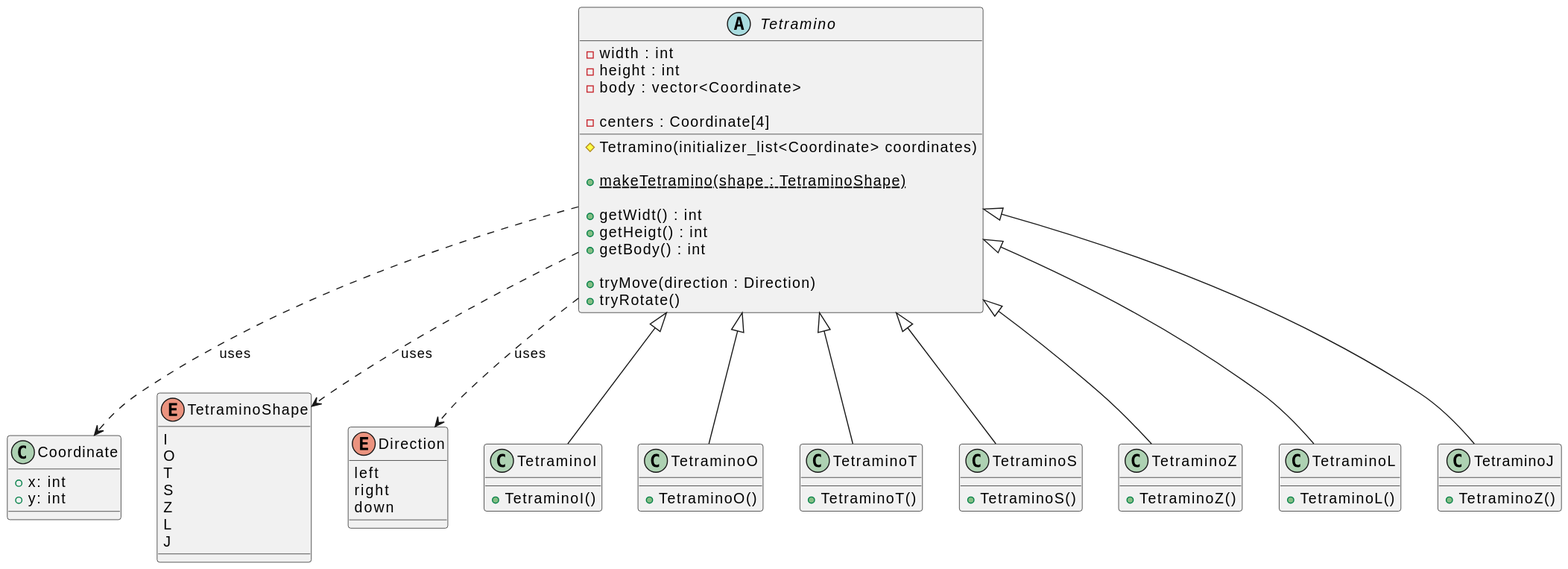
Earlier version of the PlantUML export SRD-DOC/uml/class/game/Game.svg (ulb-info2-group5/Royal-Blocks). The source it was exported from:
```plantuml
@startuml
class Coordinate {
    + x: int
    + y: int
}

enum TetraminoShape {
    I
    O
    T
    S
    Z
    L
    J
}

enum Direction {
    left
    right
    down
}

abstract class Tetramino {
    - width : int
    - height : int
    - body : vector<Coordinate>

    - centers : Coordinate[4]

    # Tetramino(initializer_list<Coordinate> coordinates)

    + {static} makeTetramino(shape : TetraminoShape)

    + getWidt() : int
    + getHeigt() : int
    + getBody() : int

    + tryMove(direction : Direction)
    + tryRotate()
}

class TetraminoI extends Tetramino {
    +TetraminoI()
}

class TetraminoO extends Tetramino {
    +TetraminoO()
}

class TetraminoT extends Tetramino {
    +TetraminoT()
}

class TetraminoS extends Tetramino {
    +TetraminoS()
}

class TetraminoZ extends Tetramino {
    +TetraminoZ()
}

class TetraminoL extends Tetramino {
    +TetraminoL()
}

class TetraminoJ extends Tetramino {
    +TetraminoZ()
}

Tetramino .-> Coordinate : uses
Tetramino .-> TetraminoShape : uses
Tetramino .-> Direction : uses

@enduml
```
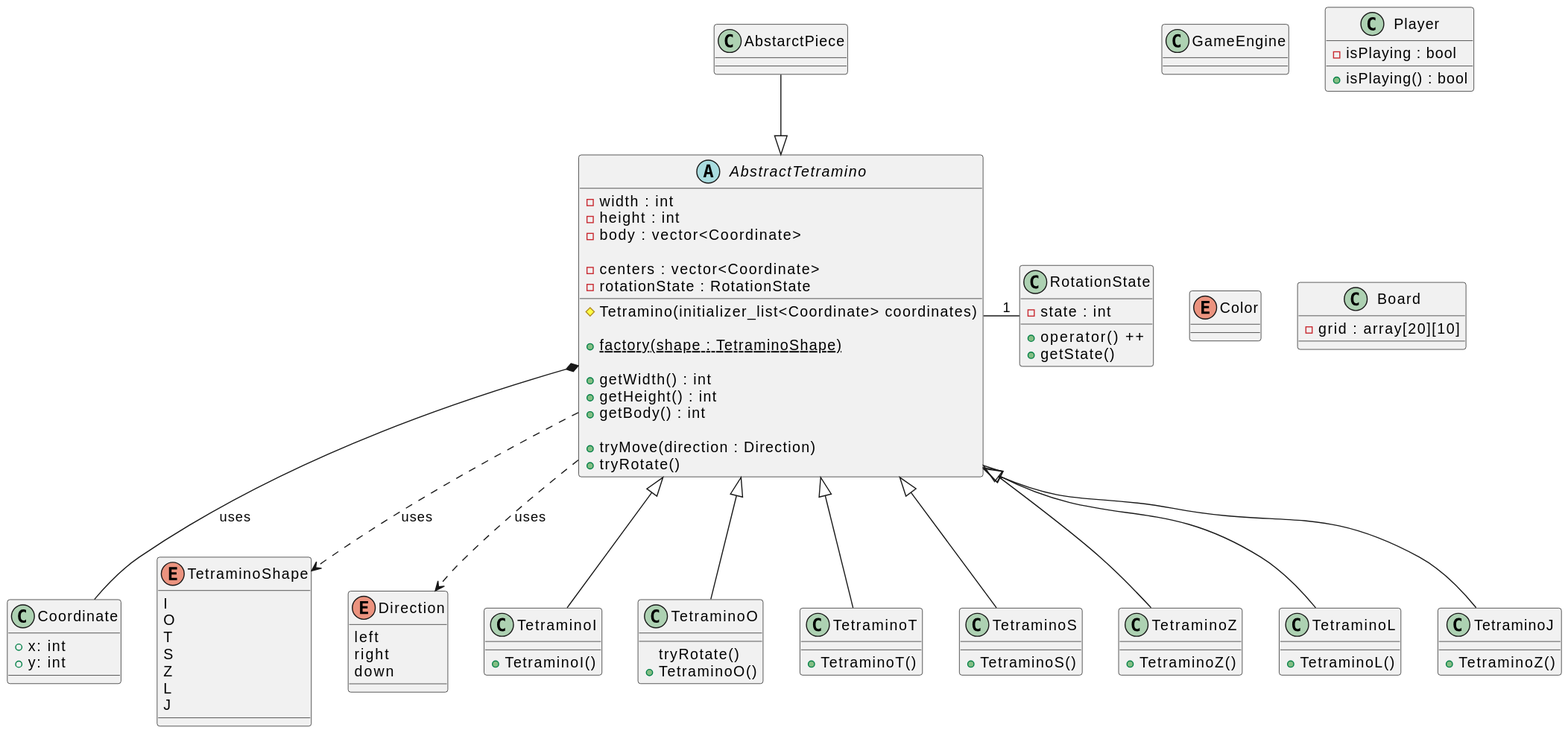
The same file after the commit.

Commit message:
updated image for game diagram

Change to the diagram source:
```diff
@@ -1,4 +1,37 @@
 @startuml
+class GameEngine{
+
+}
+
+class Player {
+    -isPlaying : bool
+    +isPlaying() : bool
+
+}
+
+
+abstract class AbstractTetramino {
+    - width : int
+    - height : int
+    - body : vector<Coordinate>
+
+    - centers : vector<Coordinate>
+    - rotationState : RotationState
+
+    # Tetramino(initializer_list<Coordinate> coordinates)
+
+    + {static} factory(shape : TetraminoShape)
+
+    + getWidth() : int
+    + getHeight() : int
+    + getBody() : int
+
+    + tryMove(direction : Direction)
+    + tryRotate()
+}
+
+
+
 class Coordinate {
     + x: int
     + y: int
@@ -20,55 +53,61 @@
     down
 }
 
-abstract class Tetramino {
-    - width : int
-    - height : int
-    - body : vector<Coordinate>
 
-    - centers : Coordinate[4]
 
-    # Tetramino(initializer_list<Coordinate> coordinates)
+class RotationState{
+    - state : int
+    + operator() ++
+    + getState()
 
-    + {static} makeTetramino(shape : TetraminoShape)
-
-    + getWidt() : int
-    + getHeigt() : int
-    + getBody() : int
-
-    + tryMove(direction : Direction)
-    + tryRotate()
 }
 
-class TetraminoI extends Tetramino {
+enum Color {
+
+}
+
+class Board {
+    -grid : array[20][10]
+}
+
+
+
+class TetraminoI extends AbstractTetramino {
     +TetraminoI()
 }
 
-class TetraminoO extends Tetramino {
+class TetraminoO extends AbstractTetramino {
+    tryRotate()
     +TetraminoO()
+
 }
 
-class TetraminoT extends Tetramino {
+class TetraminoT extends AbstractTetramino {
     +TetraminoT()
 }
 
-class TetraminoS extends Tetramino {
+class TetraminoS extends AbstractTetramino {
     +TetraminoS()
 }
 
-class TetraminoZ extends Tetramino {
+class TetraminoZ extends AbstractTetramino {
     +TetraminoZ()
 }
 
-class TetraminoL extends Tetramino {
+class TetraminoL extends AbstractTetramino {
     +TetraminoL()
 }
 
-class TetraminoJ extends Tetramino {
+class TetraminoJ extends AbstractTetramino {
     +TetraminoZ()
 }
 
-Tetramino .-> Coordinate : uses
-Tetramino .-> TetraminoShape : uses
-Tetramino .-> Direction : uses
+AbstarctPiece --|> AbstractTetramino
+AbstractTetramino *-- Coordinate : uses
+AbstractTetramino - "1"RotationState
+AbstractTetramino.-> TetraminoShape : uses
+AbstractTetramino .-> Direction : uses
+
+
 
 @enduml
```
